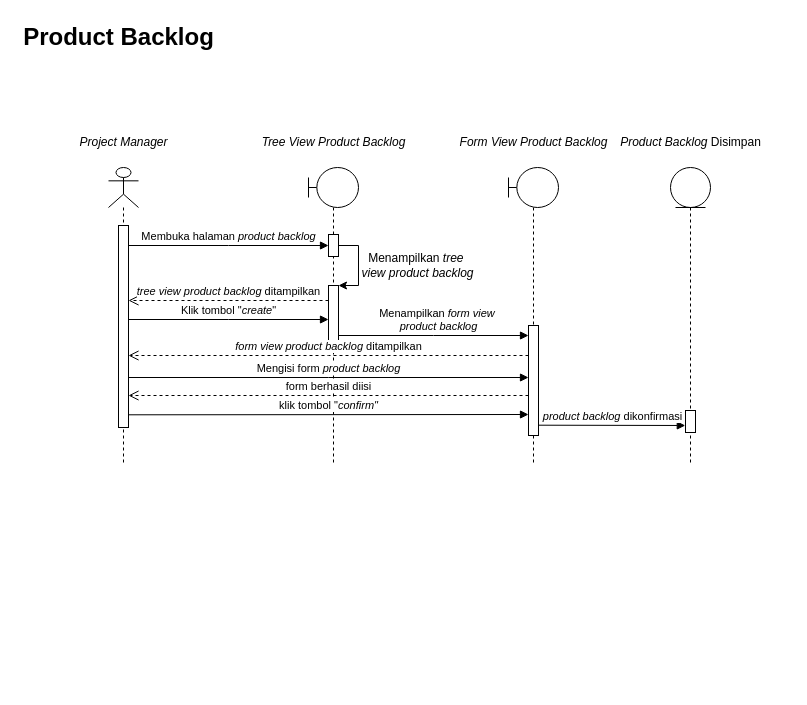
Earlier version of the draw.io diagram page "Halaman-15" (15 of 17) of Diagram Tanpa Judul.drawio (raldawiyahh/alda-resolusi). Source tidied: cells renumbered, new cells numbered last; positions are measured from the earlier drawing's top-left corner, leaving out a move shared by most shapes. Both pictures are drawn from the tidied source at 100%, with x=0, y=0 at pixel (17, 17).
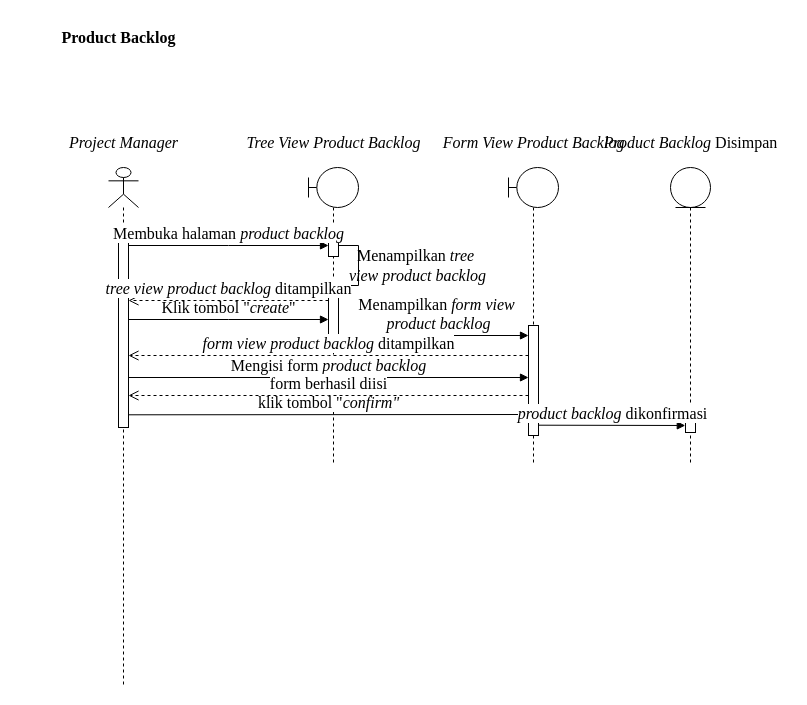
After the change.

Change to the diagram source:
```diff
@@
-    <mxCell id="2" value="Product Backlog" style="text;strokeColor=none;fillColor=none;html=1;fontSize=24;fontStyle=1;verticalAlign=middle;align=center;" parent="1" vertex="1">
+    <mxCell id="2" value="Product Backlog" style="text;strokeColor=none;fillColor=none;html=1;fontSize=16;fontStyle=1;verticalAlign=middle;align=center;fontFamily=Times New Roman;" parent="1" vertex="1">
       <mxGeometry width="201" height="40" as="geometry" />
     </mxCell>
-    <mxCell id="3" style="shape=umlLifeline;perimeter=lifelinePerimeter;whiteSpace=wrap;html=1;newEdgeStyle={&quot;edgeStyle&quot;:&quot;elbowEdgeStyle&quot;,&quot;elbow&quot;:&quot;vertical&quot;,&quot;curved&quot;:0,&quot;rounded&quot;:0};participant=umlActor;" parent="1" vertex="1">
-      <mxGeometry x="91" y="150" width="30" height="298" as="geometry" />
+    <mxCell id="3" style="shape=umlLifeline;perimeter=lifelinePerimeter;whiteSpace=wrap;html=1;newEdgeStyle={&quot;edgeStyle&quot;:&quot;elbowEdgeStyle&quot;,&quot;elbow&quot;:&quot;vertical&quot;,&quot;curved&quot;:0,&quot;rounded&quot;:0};participant=umlActor;fontFamily=Times New Roman;fontSize=16;" parent="1" vertex="1">
+      <mxGeometry x="91" y="150" width="30" height="520" as="geometry" />
     </mxCell>
-    <mxCell id="4" style="html=1;perimeter=orthogonalPerimeter;targetShapes=umlLifeline;newEdgeStyle={&quot;edgeStyle&quot;:&quot;elbowEdgeStyle&quot;,&quot;elbow&quot;:&quot;vertical&quot;,&quot;curved&quot;:0,&quot;rounded&quot;:0};" parent="3" vertex="1">
+    <mxCell id="4" style="html=1;perimeter=orthogonalPerimeter;targetShapes=umlLifeline;newEdgeStyle={&quot;edgeStyle&quot;:&quot;elbowEdgeStyle&quot;,&quot;elbow&quot;:&quot;vertical&quot;,&quot;curved&quot;:0,&quot;rounded&quot;:0};fontFamily=Times New Roman;fontSize=16;" parent="3" vertex="1">
       <mxGeometry x="10" y="58" width="10" height="202" as="geometry" />
     </mxCell>
-    <mxCell id="5" style="shape=umlLifeline;perimeter=lifelinePerimeter;whiteSpace=wrap;html=1;newEdgeStyle={&quot;edgeStyle&quot;:&quot;elbowEdgeStyle&quot;,&quot;elbow&quot;:&quot;vertical&quot;,&quot;curved&quot;:0,&quot;rounded&quot;:0};participant=umlBoundary;" parent="1" vertex="1">
+    <mxCell id="5" style="shape=umlLifeline;perimeter=lifelinePerimeter;whiteSpace=wrap;html=1;newEdgeStyle={&quot;edgeStyle&quot;:&quot;elbowEdgeStyle&quot;,&quot;elbow&quot;:&quot;vertical&quot;,&quot;curved&quot;:0,&quot;rounded&quot;:0};participant=umlBoundary;fontFamily=Times New Roman;fontSize=16;" parent="1" vertex="1">
       <mxGeometry x="291" y="150" width="50" height="298" as="geometry" />
     </mxCell>
-    <mxCell id="6" style="edgeStyle=elbowEdgeStyle;rounded=0;jettySize=auto;html=1;elbow=vertical;curved=0;" parent="5" edge="1" source="7" target="8">
+    <mxCell id="6" style="edgeStyle=elbowEdgeStyle;rounded=0;jettySize=auto;html=1;elbow=vertical;curved=0;fontFamily=Times New Roman;fontSize=16;" parent="5" edge="1" source="7" target="8">
       <mxGeometry relative="1" as="geometry">
         <Array as="points">
           <mxPoint x="50" y="118" />
         </Array>
       </mxGeometry>
     </mxCell>
-    <mxCell id="7" style="html=1;points=[];perimeter=orthogonalPerimeter;outlineConnect=0;targetShapes=umlLifeline;portConstraint=eastwest;newEdgeStyle={&quot;edgeStyle&quot;:&quot;elbowEdgeStyle&quot;,&quot;elbow&quot;:&quot;vertical&quot;,&quot;curved&quot;:0,&quot;rounded&quot;:0};" parent="5" vertex="1">
+    <mxCell id="7" style="html=1;points=[];perimeter=orthogonalPerimeter;outlineConnect=0;targetShapes=umlLifeline;portConstraint=eastwest;newEdgeStyle={&quot;edgeStyle&quot;:&quot;elbowEdgeStyle&quot;,&quot;elbow&quot;:&quot;vertical&quot;,&quot;curved&quot;:0,&quot;rounded&quot;:0};fontFamily=Times New Roman;fontSize=16;" parent="5" vertex="1">
       <mxGeometry x="20" y="67" width="10" height="22" as="geometry" />
     </mxCell>
-    <mxCell id="8" style="html=1;points=[];perimeter=orthogonalPerimeter;outlineConnect=0;targetShapes=umlLifeline;portConstraint=eastwest;newEdgeStyle={&quot;edgeStyle&quot;:&quot;elbowEdgeStyle&quot;,&quot;elbow&quot;:&quot;vertical&quot;,&quot;curved&quot;:0,&quot;rounded&quot;:0};" parent="5" vertex="1">
+    <mxCell id="8" style="html=1;points=[];perimeter=orthogonalPerimeter;outlineConnect=0;targetShapes=umlLifeline;portConstraint=eastwest;newEdgeStyle={&quot;edgeStyle&quot;:&quot;elbowEdgeStyle&quot;,&quot;elbow&quot;:&quot;vertical&quot;,&quot;curved&quot;:0,&quot;rounded&quot;:0};fontFamily=Times New Roman;fontSize=16;" parent="5" vertex="1">
       <mxGeometry x="20" y="118" width="10" height="62" as="geometry" />
     </mxCell>
-    <mxCell id="9" style="shape=umlLifeline;perimeter=lifelinePerimeter;whiteSpace=wrap;html=1;newEdgeStyle={&quot;edgeStyle&quot;:&quot;elbowEdgeStyle&quot;,&quot;elbow&quot;:&quot;vertical&quot;,&quot;curved&quot;:0,&quot;rounded&quot;:0};participant=umlBoundary;" parent="1" vertex="1">
+    <mxCell id="9" style="shape=umlLifeline;perimeter=lifelinePerimeter;whiteSpace=wrap;html=1;newEdgeStyle={&quot;edgeStyle&quot;:&quot;elbowEdgeStyle&quot;,&quot;elbow&quot;:&quot;vertical&quot;,&quot;curved&quot;:0,&quot;rounded&quot;:0};participant=umlBoundary;fontFamily=Times New Roman;fontSize=16;" parent="1" vertex="1">
       <mxGeometry x="491" y="150" width="50" height="298" as="geometry" />
     </mxCell>
-    <mxCell id="10" value="&lt;i&gt;Project Manager&lt;/i&gt;" style="text;html=1;align=center;verticalAlign=middle;strokeColor=none;fillColor=none;" parent="1" vertex="1">
-      <mxGeometry x="51" y="110" width="110" height="30" as="geometry" />
+    <mxCell id="10" value="&lt;i style=&quot;font-size: 16px;&quot;&gt;Project Manager&lt;/i&gt;" style="text;html=1;align=center;verticalAlign=middle;strokeColor=none;fillColor=none;fontFamily=Times New Roman;fontSize=16;" parent="1" vertex="1">
+      <mxGeometry x="41" y="110" width="130" height="30" as="geometry" />
     </mxCell>
-    <mxCell id="11" value="&lt;i&gt;Tree View Product Backlog&lt;br&gt;&lt;/i&gt;" style="text;html=1;align=center;verticalAlign=middle;strokeColor=none;fillColor=none;" parent="1" vertex="1">
-      <mxGeometry x="231" y="110" width="170" height="30" as="geometry" />
+    <mxCell id="11" value="&lt;i style=&quot;font-size: 16px;&quot;&gt;Tree View Product Backlog&lt;br style=&quot;font-size: 16px;&quot;&gt;&lt;/i&gt;" style="text;html=1;align=center;verticalAlign=middle;strokeColor=none;fillColor=none;fontFamily=Times New Roman;fontSize=16;" parent="1" vertex="1">
+      <mxGeometry x="216" y="110" width="200" height="30" as="geometry" />
     </mxCell>
-    <mxCell id="12" value="&lt;i&gt;Form View Product Backlog&lt;br&gt;&lt;/i&gt;" style="text;html=1;align=center;verticalAlign=middle;strokeColor=none;fillColor=none;" parent="1" vertex="1">
-      <mxGeometry x="431" y="110" width="170" height="30" as="geometry" />
+    <mxCell id="12" value="&lt;i style=&quot;font-size: 16px;&quot;&gt;Form View Product Backlog&lt;br style=&quot;font-size: 16px;&quot;&gt;&lt;/i&gt;" style="text;html=1;align=center;verticalAlign=middle;strokeColor=none;fillColor=none;fontFamily=Times New Roman;fontSize=16;" parent="1" vertex="1">
+      <mxGeometry x="411" y="110" width="210" height="30" as="geometry" />
     </mxCell>
-    <mxCell id="13" value="&lt;i&gt;Product Backlog &lt;/i&gt;Disimpan&lt;i&gt;&lt;br&gt;&lt;/i&gt;" style="text;html=1;align=center;verticalAlign=middle;strokeColor=none;fillColor=none;" parent="1" vertex="1">
-      <mxGeometry x="593" y="110" width="160" height="30" as="geometry" />
+    <mxCell id="13" value="&lt;i style=&quot;font-size: 16px;&quot;&gt;Product Backlog &lt;/i&gt;Disimpan&lt;i style=&quot;font-size: 16px;&quot;&gt;&lt;br style=&quot;font-size: 16px;&quot;&gt;&lt;/i&gt;" style="text;html=1;align=center;verticalAlign=middle;strokeColor=none;fillColor=none;fontFamily=Times New Roman;fontSize=16;" parent="1" vertex="1">
+      <mxGeometry x="573" y="110" width="200" height="30" as="geometry" />
     </mxCell>
-    <mxCell id="14" style="shape=umlLifeline;perimeter=lifelinePerimeter;whiteSpace=wrap;html=1;newEdgeStyle={&quot;edgeStyle&quot;:&quot;elbowEdgeStyle&quot;,&quot;elbow&quot;:&quot;vertical&quot;,&quot;curved&quot;:0,&quot;rounded&quot;:0};participant=umlEntity;" parent="1" vertex="1">
+    <mxCell id="14" style="shape=umlLifeline;perimeter=lifelinePerimeter;whiteSpace=wrap;html=1;newEdgeStyle={&quot;edgeStyle&quot;:&quot;elbowEdgeStyle&quot;,&quot;elbow&quot;:&quot;vertical&quot;,&quot;curved&quot;:0,&quot;rounded&quot;:0};participant=umlEntity;fontFamily=Times New Roman;fontSize=16;" parent="1" vertex="1">
       <mxGeometry x="653" y="150" width="40" height="298" as="geometry" />
     </mxCell>
-    <mxCell id="15" style="html=1;perimeter=orthogonalPerimeter;targetShapes=umlLifeline;newEdgeStyle={&quot;edgeStyle&quot;:&quot;elbowEdgeStyle&quot;,&quot;elbow&quot;:&quot;vertical&quot;,&quot;curved&quot;:0,&quot;rounded&quot;:0};" parent="14" vertex="1">
+    <mxCell id="15" style="html=1;perimeter=orthogonalPerimeter;targetShapes=umlLifeline;newEdgeStyle={&quot;edgeStyle&quot;:&quot;elbowEdgeStyle&quot;,&quot;elbow&quot;:&quot;vertical&quot;,&quot;curved&quot;:0,&quot;rounded&quot;:0};fontFamily=Times New Roman;fontSize=16;" parent="14" vertex="1">
       <mxGeometry x="15" y="243" width="10" height="22" as="geometry" />
     </mxCell>
-    <mxCell id="16" value="Membuka halaman &lt;i&gt;product backlog&lt;/i&gt;" style="html=1;verticalAlign=bottom;endArrow=block;edgeStyle=elbowEdgeStyle;elbow=vertical;curved=0;rounded=0;" parent="1" edge="1">
+    <mxCell id="16" value="Membuka halaman &lt;i style=&quot;font-size: 16px;&quot;&gt;product backlog&lt;/i&gt;" style="html=1;verticalAlign=bottom;endArrow=block;edgeStyle=elbowEdgeStyle;elbow=vertical;curved=0;rounded=0;fontFamily=Times New Roman;fontSize=16;" parent="1" edge="1">
       <mxGeometry relative="1" as="geometry">
         <mxPoint x="111" y="228" as="sourcePoint" />
         <mxPoint x="311" y="228" as="targetPoint" />
       </mxGeometry>
     </mxCell>
-    <mxCell id="17" value="&lt;div&gt;Menampilkan &lt;i&gt;tree&amp;nbsp;&lt;/i&gt;&lt;/div&gt;&lt;div&gt;&lt;i&gt;view product backlog&lt;br&gt;&lt;/i&gt;&lt;/div&gt;" style="text;html=1;align=center;verticalAlign=middle;strokeColor=none;fillColor=none;" parent="1" vertex="1">
-      <mxGeometry x="330" y="228" width="140" height="40" as="geometry" />
+    <mxCell id="17" value="&lt;div style=&quot;font-size: 16px;&quot;&gt;Menampilkan &lt;i style=&quot;font-size: 16px;&quot;&gt;tree&amp;nbsp;&lt;/i&gt;&lt;/div&gt;&lt;div style=&quot;font-size: 16px;&quot;&gt;&lt;i style=&quot;font-size: 16px;&quot;&gt;view product backlog&lt;br style=&quot;font-size: 16px;&quot;&gt;&lt;/i&gt;&lt;/div&gt;" style="text;html=1;align=center;verticalAlign=middle;strokeColor=none;fillColor=none;fontFamily=Times New Roman;fontSize=16;" parent="1" vertex="1">
+      <mxGeometry x="320" y="223" width="160" height="50" as="geometry" />
     </mxCell>
-    <mxCell id="18" value="Klik tombol &quot;&lt;i&gt;create&lt;/i&gt;&quot;" style="html=1;verticalAlign=bottom;endArrow=block;edgeStyle=elbowEdgeStyle;elbow=vertical;curved=0;rounded=0;" parent="1" edge="1">
+    <mxCell id="18" value="Klik tombol &quot;&lt;i style=&quot;font-size: 16px;&quot;&gt;create&lt;/i&gt;&quot;" style="html=1;verticalAlign=bottom;endArrow=block;edgeStyle=elbowEdgeStyle;elbow=vertical;curved=0;rounded=0;fontFamily=Times New Roman;fontSize=16;" parent="1" edge="1">
       <mxGeometry relative="1" as="geometry">
         <mxPoint x="111" y="302" as="sourcePoint" />
         <mxPoint x="311" y="302" as="targetPoint" />
       </mxGeometry>
     </mxCell>
-    <mxCell id="19" value="&lt;div&gt;Menampilkan &lt;i&gt;form view&amp;nbsp;&lt;/i&gt;&lt;/div&gt;&lt;div&gt;&lt;i&gt;product backlog&lt;/i&gt;&lt;/div&gt;" style="html=1;verticalAlign=bottom;endArrow=block;edgeStyle=elbowEdgeStyle;elbow=vertical;curved=0;rounded=0;" parent="1" edge="1" source="21">
+    <mxCell id="19" value="&lt;div style=&quot;font-size: 16px;&quot;&gt;Menampilkan &lt;i style=&quot;font-size: 16px;&quot;&gt;form view&amp;nbsp;&lt;/i&gt;&lt;/div&gt;&lt;div style=&quot;font-size: 16px;&quot;&gt;&lt;i style=&quot;font-size: 16px;&quot;&gt;product backlog&lt;/i&gt;&lt;/div&gt;" style="html=1;verticalAlign=bottom;endArrow=block;edgeStyle=elbowEdgeStyle;elbow=vertical;curved=0;rounded=0;fontFamily=Times New Roman;fontSize=16;" parent="1" edge="1" source="21">
       <mxGeometry y="100" relative="1" as="geometry">
         <mxPoint x="521" y="318" as="targetPoint" />
         <mxPoint x="-100" as="offset" />
       </mxGeometry>
     </mxCell>
-    <mxCell id="20" style="html=1;verticalAlign=bottom;endArrow=block;edgeStyle=elbowEdgeStyle;elbow=vertical;curved=0;rounded=0;" parent="1" edge="1" target="21">
+    <mxCell id="20" style="html=1;verticalAlign=bottom;endArrow=block;edgeStyle=elbowEdgeStyle;elbow=vertical;curved=0;rounded=0;fontFamily=Times New Roman;fontSize=16;" parent="1" edge="1" target="21">
       <mxGeometry relative="1" as="geometry">
         <mxPoint x="321" y="318" as="sourcePoint" />
       </mxGeometry>
     </mxCell>
-    <mxCell id="21" style="html=1;points=[];perimeter=orthogonalPerimeter;outlineConnect=0;targetShapes=umlLifeline;portConstraint=eastwest;newEdgeStyle={&quot;edgeStyle&quot;:&quot;elbowEdgeStyle&quot;,&quot;elbow&quot;:&quot;vertical&quot;,&quot;curved&quot;:0,&quot;rounded&quot;:0};" parent="1" vertex="1">
+    <mxCell id="21" style="html=1;points=[];perimeter=orthogonalPerimeter;outlineConnect=0;targetShapes=umlLifeline;portConstraint=eastwest;newEdgeStyle={&quot;edgeStyle&quot;:&quot;elbowEdgeStyle&quot;,&quot;elbow&quot;:&quot;vertical&quot;,&quot;curved&quot;:0,&quot;rounded&quot;:0};fontFamily=Times New Roman;fontSize=16;" parent="1" vertex="1">
       <mxGeometry x="511" y="308" width="10" height="110" as="geometry" />
     </mxCell>
-    <mxCell id="22" value="Mengisi form &lt;i&gt;product backlog&lt;/i&gt;" style="html=1;verticalAlign=bottom;endArrow=block;edgeStyle=elbowEdgeStyle;elbow=vertical;curved=0;rounded=0;" parent="1" edge="1">
+    <mxCell id="22" value="Mengisi form &lt;i style=&quot;font-size: 16px;&quot;&gt;product backlog&lt;/i&gt;" style="html=1;verticalAlign=bottom;endArrow=block;edgeStyle=elbowEdgeStyle;elbow=vertical;curved=0;rounded=0;fontFamily=Times New Roman;fontSize=16;" parent="1" edge="1">
       <mxGeometry relative="1" as="geometry">
         <mxPoint x="111" y="360" as="sourcePoint" />
         <mxPoint x="511" y="360" as="targetPoint" />
       </mxGeometry>
     </mxCell>
-    <mxCell id="23" value="klik tombol &quot;&lt;i&gt;confirm&quot;&lt;/i&gt;" style="html=1;verticalAlign=bottom;endArrow=block;edgeStyle=elbowEdgeStyle;elbow=vertical;curved=0;rounded=0;" parent="1" edge="1">
+    <mxCell id="23" value="klik tombol &quot;&lt;i style=&quot;font-size: 16px;&quot;&gt;confirm&quot;&lt;/i&gt;" style="html=1;verticalAlign=bottom;endArrow=block;edgeStyle=elbowEdgeStyle;elbow=vertical;curved=0;rounded=0;fontFamily=Times New Roman;fontSize=16;" parent="1" edge="1">
       <mxGeometry relative="1" as="geometry">
         <mxPoint x="111" y="397.3" as="sourcePoint" />
         <mxPoint x="511" y="397.3" as="targetPoint" />
       </mxGeometry>
     </mxCell>
-    <mxCell id="24" value="&lt;i&gt;product backlog&lt;/i&gt; dikonfirmasi&lt;i&gt;&lt;br&gt;&lt;/i&gt;" style="html=1;verticalAlign=bottom;endArrow=block;edgeStyle=elbowEdgeStyle;elbow=vertical;curved=0;rounded=0;entryX=-0.024;entryY=0.519;entryDx=0;entryDy=0;entryPerimeter=0;" parent="1" edge="1">
+    <mxCell id="24" value="&lt;i style=&quot;font-size: 16px;&quot;&gt;product backlog&lt;/i&gt; dikonfirmasi&lt;i style=&quot;font-size: 16px;&quot;&gt;&lt;br style=&quot;font-size: 16px;&quot;&gt;&lt;/i&gt;" style="html=1;verticalAlign=bottom;endArrow=block;edgeStyle=elbowEdgeStyle;elbow=vertical;curved=0;rounded=0;entryX=-0.024;entryY=0.519;entryDx=0;entryDy=0;entryPerimeter=0;fontFamily=Times New Roman;fontSize=16;" parent="1" edge="1">
       <mxGeometry relative="1" as="geometry">
         <mxPoint x="521" y="407.7" as="sourcePoint" />
         <mxPoint x="667.8" y="407.4" as="targetPoint" />
       </mxGeometry>
     </mxCell>
-    <mxCell id="25" value="&lt;i&gt;tree view product backlog &lt;/i&gt;ditampilkan" style="html=1;verticalAlign=bottom;endArrow=open;dashed=1;endSize=8;edgeStyle=elbowEdgeStyle;elbow=vertical;curved=0;rounded=0;" parent="1" edge="1">
+    <mxCell id="25" value="&lt;i style=&quot;font-size: 16px;&quot;&gt;tree view product backlog &lt;/i&gt;ditampilkan" style="html=1;verticalAlign=bottom;endArrow=open;dashed=1;endSize=8;edgeStyle=elbowEdgeStyle;elbow=vertical;curved=0;rounded=0;fontFamily=Times New Roman;fontSize=16;" parent="1" edge="1">
       <mxGeometry relative="1" as="geometry">
         <mxPoint x="311" y="283" as="sourcePoint" />
         <mxPoint x="111" y="283" as="targetPoint" />
       </mxGeometry>
     </mxCell>
-    <mxCell id="26" value="&lt;i&gt;form view product backlog &lt;/i&gt;ditampilkan" style="html=1;verticalAlign=bottom;endArrow=open;dashed=1;endSize=8;edgeStyle=elbowEdgeStyle;elbow=vertical;curved=0;rounded=0;" parent="1" edge="1">
+    <mxCell id="26" value="&lt;i style=&quot;font-size: 16px;&quot;&gt;form view product backlog &lt;/i&gt;ditampilkan" style="html=1;verticalAlign=bottom;endArrow=open;dashed=1;endSize=8;edgeStyle=elbowEdgeStyle;elbow=vertical;curved=0;rounded=0;fontFamily=Times New Roman;fontSize=16;" parent="1" edge="1">
       <mxGeometry relative="1" as="geometry">
         <mxPoint x="511" y="338" as="sourcePoint" />
         <mxPoint x="111" y="338" as="targetPoint" />
       </mxGeometry>
     </mxCell>
-    <mxCell id="27" value="form berhasil diisi&lt;i&gt;&lt;br&gt;&lt;/i&gt;" style="html=1;verticalAlign=bottom;endArrow=open;dashed=1;endSize=8;edgeStyle=elbowEdgeStyle;elbow=vertical;curved=0;rounded=0;" parent="1" edge="1">
+    <mxCell id="27" value="form berhasil diisi&lt;i style=&quot;font-size: 16px;&quot;&gt;&lt;br style=&quot;font-size: 16px;&quot;&gt;&lt;/i&gt;" style="html=1;verticalAlign=bottom;endArrow=open;dashed=1;endSize=8;edgeStyle=elbowEdgeStyle;elbow=vertical;curved=0;rounded=0;fontFamily=Times New Roman;fontSize=16;" parent="1" edge="1">
       <mxGeometry relative="1" as="geometry">
         <mxPoint x="511" y="378" as="sourcePoint" />
         <mxPoint x="111" y="378" as="targetPoint" />
       </mxGeometry>
     </mxCell>
```
